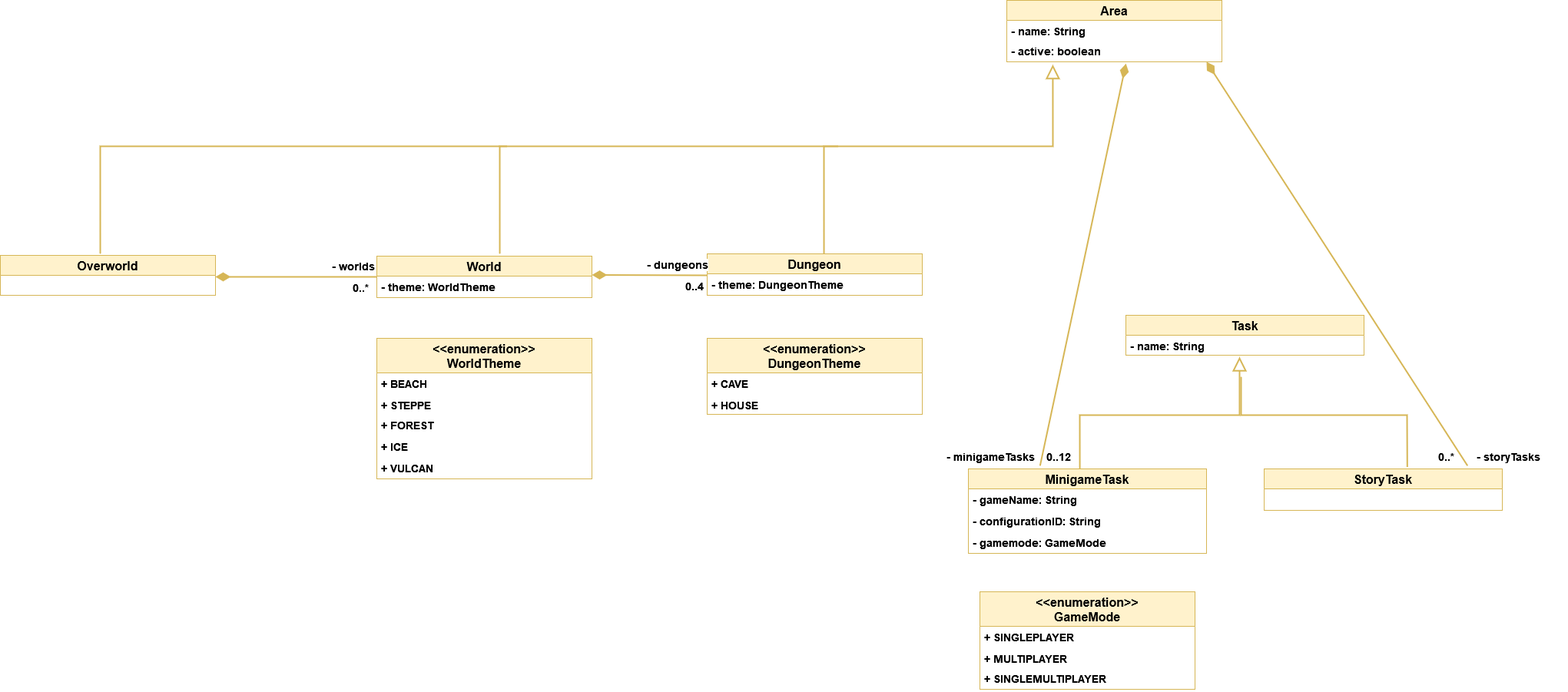
Above: dev-manuals/services/overworld/class-diagram/overworld-class-diagram.png in Gamify-IT/docs (draw.io), before the change. Source tidied: cells renumbered, new cells last; positions are measured from the earlier drawing's top-left corner, leaving out a move shared by most shapes.
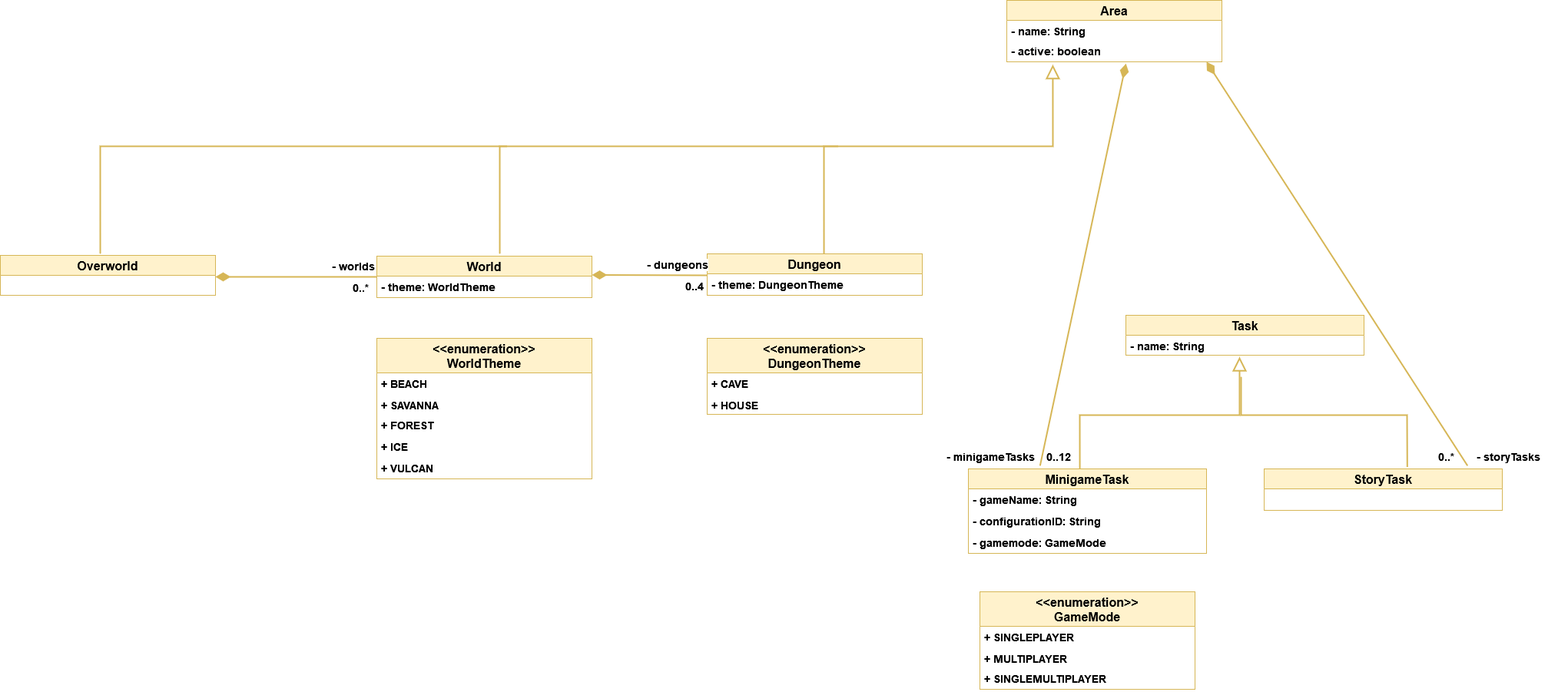
The same file after the commit.

Commit message:
update World 1 name

What changed in the source:
```diff
@@ -91,7 +91,7 @@
     <mxCell id="25" value="+ BEACH" style="text;strokeColor=none;fillColor=none;align=left;verticalAlign=top;spacingLeft=4;spacingRight=4;overflow=hidden;fontStyle=1;fontSize=14;" parent="24" vertex="1">
       <mxGeometry y="45" width="280" height="28" as="geometry" />
     </mxCell>
-    <mxCell id="26" value="+ STEPPE" style="text;strokeColor=none;fillColor=none;align=left;verticalAlign=top;spacingLeft=4;spacingRight=4;overflow=hidden;fontStyle=1;fontSize=14;" parent="24" vertex="1">
+    <mxCell id="26" value="+ SAVANNA" style="text;strokeColor=none;fillColor=none;align=left;verticalAlign=top;spacingLeft=4;spacingRight=4;overflow=hidden;fontStyle=1;fontSize=14;" parent="24" vertex="1">
       <mxGeometry y="73" width="280" height="26" as="geometry" />
     </mxCell>
     <mxCell id="27" value="+ FOREST" style="text;strokeColor=none;fillColor=none;align=left;verticalAlign=top;spacingLeft=4;spacingRight=4;overflow=hidden;fontStyle=1;fontSize=14;" parent="24" vertex="1">
```
